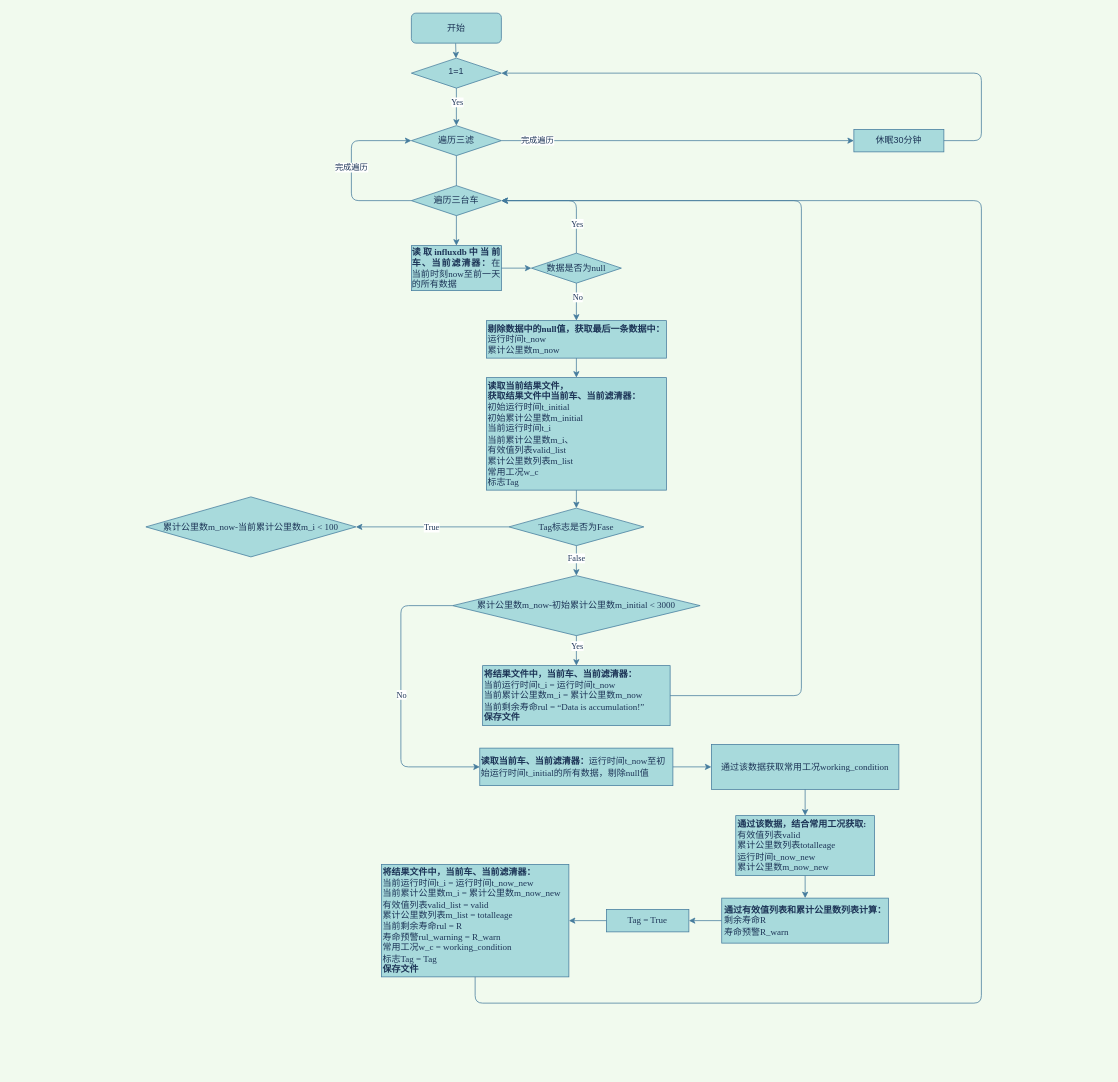
The draw.io diagram draw/算法流程.drawio in wangwuhua11/draw, before the edit. Source tidied: cells renumbered, new cells numbered last; positions are measured from the earlier drawing's top-left corner, leaving out a move shared by most shapes. Both pictures are drawn from the tidied source at 75%, with x=0, y=0 at pixel (146, 13).
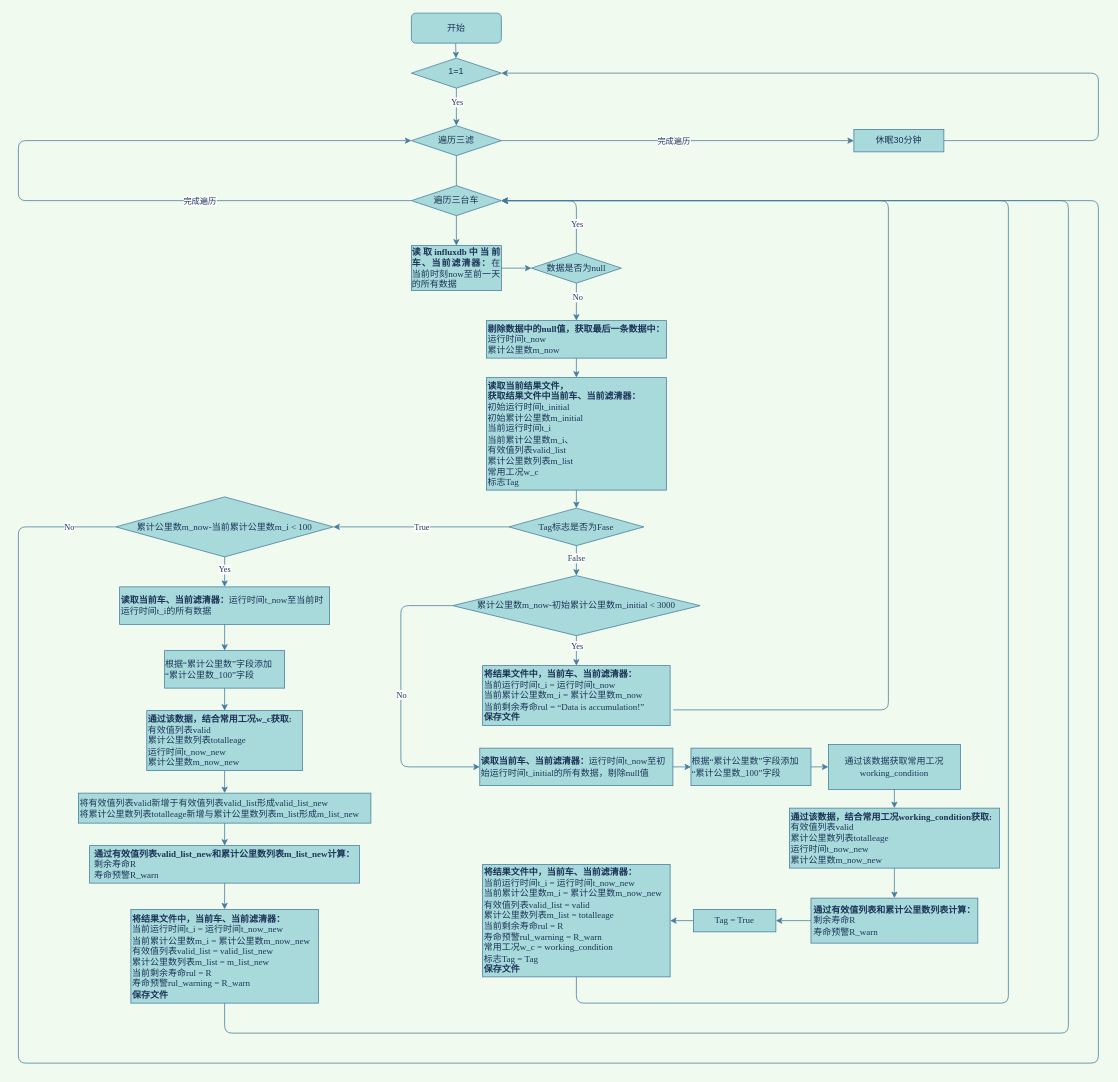
The same diagram, later.

Commit message (it also covers changes not shown here):
更新算法流程.drawio

Unchanged cells that the change refers to:
```xml
<mxCell id="3" value="1=1" style="rhombus;whiteSpace=wrap;html=1;shadow=0;fontFamily=Helvetica;fontSize=12;align=center;strokeWidth=1;spacing=6;spacingTop=-4;fillColor=#A8DADC;strokeColor=#457B9D;fontColor=#1D3557;" parent="1" vertex="1">
  <mxGeometry x="354" y="60" width="120" height="40" as="geometry" />
</mxCell>
<mxCell id="4" value="休眠30分钟" style="rounded=0;whiteSpace=wrap;html=1;sketch=0;fontColor=#1D3557;strokeColor=#457B9D;fillColor=#A8DADC;" parent="1" vertex="1">
  <mxGeometry x="944" y="155" width="120" height="30" as="geometry" />
</mxCell>
<mxCell id="6" value="遍历三滤" style="rhombus;whiteSpace=wrap;html=1;rounded=0;sketch=0;fontColor=#1D3557;strokeColor=#457B9D;fillColor=#A8DADC;" parent="1" vertex="1">
  <mxGeometry x="354" y="150" width="120" height="40" as="geometry" />
</mxCell>
<mxCell id="7" style="endArrow=classic;html=1;rounded=1;sketch=0;fontColor=#1D3557;strokeColor=#457B9D;fillColor=#A8DADC;curved=0;entryX=0;entryY=0.5;entryDx=0;entryDy=0;" parent="1" edge="1" target="4">
  <mxGeometry relative="1" as="geometry">
    <mxPoint x="474" y="170" as="sourcePoint" />
  </mxGeometry>
</mxCell>
<mxCell id="10" value="遍历三台车" style="rhombus;whiteSpace=wrap;html=1;rounded=0;labelBackgroundColor=none;sketch=0;fontColor=#1D3557;strokeColor=#457B9D;fillColor=#A8DADC;" parent="1" vertex="1">
  <mxGeometry x="354" y="230" width="120" height="40" as="geometry" />
</mxCell>
<mxCell id="29" value="&lt;div&gt;&lt;b&gt;将结果文件中，当前车、当前滤清器：&lt;/b&gt;&lt;/div&gt;&lt;div&gt;当前运行时间t_i = 运行时间t_now&lt;/div&gt;&lt;div&gt;当前累计公里数m_i = 累计公里数m_now&lt;/div&gt;&lt;div&gt;当前剩余寿命rul = “Data is accumulation!”&lt;/div&gt;&lt;div&gt;&lt;b&gt;保存文件&lt;/b&gt;&lt;br&gt;&lt;/div&gt;" style="rounded=0;whiteSpace=wrap;html=1;labelBackgroundColor=none;labelBorderColor=none;sketch=0;fontColor=#1D3557;strokeColor=#457B9D;fillColor=#A8DADC;align=left;fontFamily=Times New Roman;" parent="1" vertex="1">
  <mxGeometry x="449" y="870" width="250" height="80" as="geometry" />
</mxCell>
<mxCell id="33" value="&lt;div align=&quot;left&quot;&gt;&lt;b&gt;读取当前车、当前滤清器：&lt;/b&gt;运行时间t_now至初始运行时间t_initial的所有数据，剔除null值&lt;/div&gt;" style="rounded=0;whiteSpace=wrap;html=1;labelBackgroundColor=none;labelBorderColor=none;sketch=0;fontColor=#1D3557;strokeColor=#457B9D;fillColor=#A8DADC;align=left;fontFamily=Times New Roman;" parent="1" vertex="1">
  <mxGeometry x="445.2" y="980" width="257.5" height="50" as="geometry" />
</mxCell>
```

What changed in the source:
```diff
@@
     <mxCell id="5" style="endArrow=classic;html=1;rounded=1;sketch=0;fontColor=#1D3557;strokeColor=#457B9D;fillColor=#A8DADC;curved=0;entryX=1;entryY=0.5;entryDx=0;entryDy=0;exitX=1;exitY=0.5;exitDx=0;exitDy=0;" parent="1" edge="1" source="4" target="3">
       <mxGeometry relative="1" as="geometry">
         <Array as="points">
-          <mxPoint x="1114" y="170" />
-          <mxPoint x="1114" y="80" />
+          <mxPoint x="1270" y="170" />
+          <mxPoint x="1270" y="80" />
         </Array>
       </mxGeometry>
     </mxCell>
@@
     <mxCell id="8" value="完成遍历" style="edgeLabel;html=1;align=center;verticalAlign=middle;fontColor=#1D3557;" parent="7" vertex="1">
-      <mxGeometry x="-0.8" y="1" relative="1" as="geometry" />
+      <mxGeometry x="-0.8" y="1" relative="1" as="geometry">
+        <mxPoint x="182" y="1" as="offset" />
+      </mxGeometry>
     </mxCell>
@@
-    <mxCell id="32" style="endArrow=classic;html=1;rounded=1;labelBackgroundColor=none;sketch=0;fontColor=#1D3557;strokeColor=#457B9D;fillColor=#A8DADC;curved=0;exitX=1;exitY=0.5;exitDx=0;exitDy=0;entryX=1;entryY=0.5;entryDx=0;entryDy=0;" parent="1" edge="1" source="29" target="10">
+    <mxCell id="32" style="endArrow=classic;html=1;rounded=1;labelBackgroundColor=none;sketch=0;fontColor=#1D3557;strokeColor=#457B9D;fillColor=#A8DADC;curved=0;exitX=1;exitY=0.5;exitDx=0;exitDy=0;entryX=1;entryY=0.5;entryDx=0;entryDy=0;" parent="1" edge="1" target="10">
       <mxGeometry relative="1" as="geometry">
+        <mxPoint x="703" y="929" as="sourcePoint" />
         <Array as="points">
-          <mxPoint x="874" y="910" />
-          <mxPoint x="874" y="250" />
+          <mxPoint x="990" y="929" />
+          <mxPoint x="990" y="250" />
         </Array>
       </mxGeometry>
     </mxCell>
@@
     <mxCell id="36" value="通过该数据获取常用工况&lt;font face=&quot;Times New Roman&quot;&gt;working_condition&lt;/font&gt;" style="rounded=0;whiteSpace=wrap;html=1;labelBackgroundColor=none;labelBorderColor=none;sketch=0;fontColor=#1D3557;strokeColor=#457B9D;fillColor=#A8DADC;" parent="1" vertex="1">
-      <mxGeometry x="754" y="975" width="250" height="60" as="geometry" />
+      <mxGeometry x="910" y="975" width="176" height="60" as="geometry" />
     </mxCell>
-    <mxCell id="37" value="&lt;div align=&quot;left&quot;&gt;&lt;b&gt;通过该数据，结合常用工况获取:&lt;/b&gt;&lt;/div&gt;&lt;div align=&quot;left&quot;&gt;有效值列表valid&lt;/div&gt;&lt;div align=&quot;left&quot;&gt;累计公里数列表totalleage&lt;/div&gt;&lt;div align=&quot;left&quot;&gt;运行时间t_now_new&lt;/div&gt;&lt;div align=&quot;left&quot;&gt;累计公里数m_now_new&lt;br&gt;&lt;/div&gt;" style="rounded=0;whiteSpace=wrap;html=1;labelBackgroundColor=none;labelBorderColor=none;sketch=0;fontFamily=Times New Roman;fontColor=#1D3557;strokeColor=#457B9D;fillColor=#A8DADC;align=left;" parent="1" vertex="1">
-      <mxGeometry x="786.5" y="1070" width="185" height="80" as="geometry" />
+    <mxCell id="37" value="&lt;div align=&quot;left&quot;&gt;&lt;b&gt;通过该数据，结合常用工况&lt;/b&gt;&lt;b&gt;&lt;font face=&quot;Times New Roman&quot;&gt;working_condition&lt;/font&gt;获取:&lt;/b&gt;&lt;/div&gt;&lt;div align=&quot;left&quot;&gt;有效值列表valid&lt;/div&gt;&lt;div align=&quot;left&quot;&gt;累计公里数列表totalleage&lt;/div&gt;&lt;div align=&quot;left&quot;&gt;运行时间t_now_new&lt;/div&gt;&lt;div align=&quot;left&quot;&gt;累计公里数m_now_new&lt;br&gt;&lt;/div&gt;" style="rounded=0;whiteSpace=wrap;html=1;labelBackgroundColor=none;labelBorderColor=none;sketch=0;fontFamily=Times New Roman;fontColor=#1D3557;strokeColor=#457B9D;fillColor=#A8DADC;align=left;" parent="1" vertex="1">
+      <mxGeometry x="858" y="1060" width="280" height="80" as="geometry" />
     </mxCell>
     <mxCell id="38" value="&lt;div align=&quot;left&quot;&gt;&lt;b&gt;通过有效值列表和累计公里数列表计算：&lt;/b&gt;&lt;/div&gt;&lt;div align=&quot;left&quot;&gt;剩余寿命R&lt;/div&gt;&lt;div align=&quot;left&quot;&gt;寿命预警R_warn&lt;br&gt;&lt;/div&gt;" style="rounded=0;whiteSpace=wrap;html=1;labelBackgroundColor=none;labelBorderColor=none;sketch=0;fontFamily=Times New Roman;fontColor=#1D3557;strokeColor=#457B9D;fillColor=#A8DADC;" parent="1" vertex="1">
-      <mxGeometry x="767.8" y="1180" width="222.5" height="60" as="geometry" />
+      <mxGeometry x="886.8" y="1180" width="222.5" height="60" as="geometry" />
     </mxCell>
-    <mxCell id="39" style="endArrow=classic;html=1;rounded=1;labelBackgroundColor=none;sketch=0;fontFamily=Times New Roman;fontColor=#1D3557;strokeColor=#457B9D;fillColor=#A8DADC;curved=0;exitX=1;exitY=0.5;exitDx=0;exitDy=0;" parent="1" edge="1" source="33" target="36">
+    <mxCell id="39" style="endArrow=classic;html=1;rounded=1;labelBackgroundColor=none;sketch=0;fontFamily=Times New Roman;fontColor=#1D3557;strokeColor=#457B9D;fillColor=#A8DADC;curved=0;exitX=1;exitY=0.5;exitDx=0;exitDy=0;" parent="1" edge="1" source="54" target="36">
       <mxGeometry relative="1" as="geometry" />
     </mxCell>
@@
     <mxCell id="42" value="Tag = True" style="rounded=0;whiteSpace=wrap;html=1;labelBackgroundColor=none;labelBorderColor=none;sketch=0;fontFamily=Times New Roman;fontColor=#1D3557;strokeColor=#457B9D;fillColor=#A8DADC;" parent="1" vertex="1">
-      <mxGeometry x="614" y="1195" width="110" height="30" as="geometry" />
+      <mxGeometry x="730" y="1195" width="110" height="30" as="geometry" />
     </mxCell>
@@
     <mxCell id="44" value="&lt;div&gt;&lt;b&gt;将结果文件中，当前车、当前滤清器：&lt;/b&gt;&lt;/div&gt;&lt;div&gt;当前运行时间t_i = 运行时间t_now_new&lt;/div&gt;&lt;div&gt;当前累计公里数m_i = 累计公里数m_now_new&lt;/div&gt;&lt;div&gt;有效值列表valid_list = valid&lt;br&gt;&lt;/div&gt;&lt;div&gt;累计公里数列表m_list = totalleage&lt;br&gt;&lt;/div&gt;&lt;div&gt;当前剩余寿命rul = R&lt;/div&gt;&lt;div&gt;寿命预警rul_warning = R_warn&lt;br&gt;&lt;/div&gt;&lt;div&gt;常用工况w_c = working_condition&lt;br&gt;&lt;/div&gt;&lt;div&gt;标志Tag = Tag&lt;/div&gt;&lt;div&gt;&lt;b&gt;保存文件&lt;/b&gt;&lt;br&gt;&lt;/div&gt;" style="rounded=0;whiteSpace=wrap;html=1;labelBackgroundColor=none;labelBorderColor=none;sketch=0;fontColor=#1D3557;strokeColor=#457B9D;fillColor=#A8DADC;align=left;fontFamily=Times New Roman;" parent="1" vertex="1">
-      <mxGeometry x="314" y="1135" width="250" height="150" as="geometry" />
+      <mxGeometry x="449" y="1135" width="250" height="150" as="geometry" />
     </mxCell>
@@
     <mxCell id="46" style="endArrow=classic;html=1;rounded=1;labelBackgroundColor=none;sketch=0;fontFamily=Times New Roman;fontColor=#1D3557;strokeColor=#457B9D;fillColor=#A8DADC;curved=0;exitX=0.5;exitY=1;exitDx=0;exitDy=0;" parent="1" edge="1" source="44">
       <mxGeometry relative="1" as="geometry">
         <mxPoint x="474" y="250" as="targetPoint" />
         <Array as="points">
-          <mxPoint x="439" y="1320" />
-          <mxPoint x="1114" y="1320" />
-          <mxPoint x="1114" y="250" />
+          <mxPoint x="574" y="1320" />
+          <mxPoint x="1150" y="1320" />
+          <mxPoint x="1150" y="250" />
         </Array>
       </mxGeometry>
     </mxCell>
     <mxCell id="47" style="endArrow=classic;html=1;rounded=1;labelBackgroundColor=none;sketch=0;fontFamily=Times New Roman;fontColor=#1D3557;strokeColor=#457B9D;fillColor=#A8DADC;curved=0;exitX=0;exitY=0.5;exitDx=0;exitDy=0;entryX=0;entryY=0.5;entryDx=0;entryDy=0;" parent="1" edge="1" source="10" target="6">
       <mxGeometry relative="1" as="geometry">
         <Array as="points">
-          <mxPoint x="274" y="250" />
-          <mxPoint x="274" y="170" />
+          <mxPoint x="-170" y="250" />
+          <mxPoint x="-170" y="170" />
         </Array>
       </mxGeometry>
     </mxCell>
     <mxCell id="48" value="完成遍历" style="edgeLabel;html=1;align=center;verticalAlign=middle;fontFamily=Times New Roman;fontColor=#1D3557;" parent="47" vertex="1">
       <mxGeometry x="0.1" y="1" relative="1" as="geometry">
-        <mxPoint y="7" as="offset" />
+        <mxPoint x="225" y="81" as="offset" />
       </mxGeometry>
     </mxCell>
     <mxCell id="49" value="累计公里数m_now-当前累计公里数m_i &amp;lt; 100" style="rhombus;whiteSpace=wrap;html=1;rounded=0;labelBackgroundColor=none;labelBorderColor=none;sketch=0;fontFamily=Times New Roman;fontColor=#1D3557;strokeColor=#457B9D;fillColor=#A8DADC;" parent="1" vertex="1">
-      <mxGeometry y="645" width="280" height="80" as="geometry" />
+      <mxGeometry x="-40" y="645" width="290" height="80" as="geometry" />
     </mxCell>
@@
+    <mxCell id="53" value="&lt;div align=&quot;left&quot;&gt;&lt;b&gt;读取当前车、当前滤清器：&lt;/b&gt;运行时间t_now至当前时运行时间t_i的所有数据&lt;/div&gt;" style="rounded=0;whiteSpace=wrap;html=1;labelBackgroundColor=none;labelBorderColor=none;sketch=0;fontFamily=Times New Roman;fontColor=#1D3557;strokeColor=#457B9D;fillColor=#A8DADC;align=left;" parent="1" vertex="1">
+      <mxGeometry x="-35" y="765" width="280" height="50" as="geometry" />
+    </mxCell>
+    <mxCell id="54" value="&lt;div align=&quot;left&quot;&gt;根据“累计公里数”字段添加“累计公里数_100”字段&lt;br&gt;&lt;/div&gt;" style="rounded=0;whiteSpace=wrap;html=1;labelBackgroundColor=none;labelBorderColor=none;sketch=0;fontFamily=Times New Roman;fontColor=#1D3557;strokeColor=#457B9D;fillColor=#A8DADC;" parent="1" vertex="1">
+      <mxGeometry x="726.8" y="980" width="160" height="50" as="geometry" />
+    </mxCell>
+    <mxCell id="55" style="endArrow=classic;html=1;rounded=1;labelBackgroundColor=none;sketch=0;fontFamily=Times New Roman;fontColor=#1D3557;strokeColor=#457B9D;fillColor=#A8DADC;curved=0;exitX=1;exitY=0.5;exitDx=0;exitDy=0;entryX=0;entryY=0.5;entryDx=0;entryDy=0;" parent="1" edge="1" source="33" target="54">
+      <mxGeometry relative="1" as="geometry" />
+    </mxCell>
+    <mxCell id="56" value="&lt;div align=&quot;left&quot;&gt;根据“累计公里数”字段添加“累计公里数_100”字段&lt;br&gt;&lt;/div&gt;" style="rounded=0;whiteSpace=wrap;html=1;labelBackgroundColor=none;labelBorderColor=none;sketch=0;fontFamily=Times New Roman;fontColor=#1D3557;strokeColor=#457B9D;fillColor=#A8DADC;" parent="1" vertex="1">
+      <mxGeometry x="25" y="850" width="160" height="50" as="geometry" />
+    </mxCell>
+    <mxCell id="57" style="endArrow=classic;html=1;rounded=1;labelBackgroundColor=none;sketch=0;fontFamily=Times New Roman;fontColor=#1D3557;strokeColor=#457B9D;fillColor=#A8DADC;curved=0;exitX=0.5;exitY=1;exitDx=0;exitDy=0;" parent="1" edge="1" source="49" target="53">
+      <mxGeometry relative="1" as="geometry" />
+    </mxCell>
+    <mxCell id="58" value="Yes" style="edgeLabel;html=1;align=center;verticalAlign=middle;fontFamily=Times New Roman;fontColor=#1D3557;" parent="57" vertex="1">
+      <mxGeometry x="-0.47" y="-1" relative="1" as="geometry">
+        <mxPoint y="5" as="offset" />
+      </mxGeometry>
+    </mxCell>
+    <mxCell id="59" style="endArrow=classic;html=1;rounded=1;labelBackgroundColor=none;sketch=0;fontFamily=Times New Roman;fontColor=#1D3557;strokeColor=#457B9D;fillColor=#A8DADC;curved=0;exitX=0.5;exitY=1;exitDx=0;exitDy=0;entryX=0.5;entryY=0;entryDx=0;entryDy=0;" parent="1" edge="1" source="53" target="56">
+      <mxGeometry relative="1" as="geometry" />
+    </mxCell>
+    <mxCell id="60" value="&lt;div align=&quot;left&quot;&gt;&lt;b&gt;通过该数据，结合常用工况w_c获取:&lt;/b&gt;&lt;/div&gt;&lt;div align=&quot;left&quot;&gt;有效值列表valid&lt;/div&gt;&lt;div align=&quot;left&quot;&gt;累计公里数列表totalleage&lt;/div&gt;&lt;div align=&quot;left&quot;&gt;运行时间t_now_new&lt;/div&gt;&lt;div align=&quot;left&quot;&gt;累计公里数m_now_new&lt;br&gt;&lt;/div&gt;" style="rounded=0;whiteSpace=wrap;html=1;labelBackgroundColor=none;labelBorderColor=none;sketch=0;fontFamily=Times New Roman;fontColor=#1D3557;strokeColor=#457B9D;fillColor=#A8DADC;align=left;" parent="1" vertex="1">
+      <mxGeometry x="1.2" y="930" width="207.5" height="80" as="geometry" />
+    </mxCell>
+    <mxCell id="61" value="&lt;div&gt;将有效值列表valid新增于有效值列表valid_list形成valid_list_new&lt;/div&gt;&lt;div&gt;将累计公里数列表totalleage新增与累计公里数列表m_list形成m_list_new&lt;br&gt;&lt;/div&gt;" style="rounded=0;whiteSpace=wrap;html=1;labelBackgroundColor=none;labelBorderColor=none;sketch=0;fontFamily=Times New Roman;fontColor=#1D3557;strokeColor=#457B9D;fillColor=#A8DADC;align=left;" parent="1" vertex="1">
+      <mxGeometry x="-90" y="1040" width="390" height="40" as="geometry" />
+    </mxCell>
+    <mxCell id="62" value="&lt;div align=&quot;left&quot;&gt;&lt;b&gt;通过有效值列表valid_list_new和累计公里数列表m_list_new计算：&lt;/b&gt;&lt;/div&gt;&lt;div align=&quot;left&quot;&gt;剩余寿命R&lt;/div&gt;&lt;div align=&quot;left&quot;&gt;寿命预警R_warn&lt;br&gt;&lt;/div&gt;" style="rounded=0;whiteSpace=wrap;html=1;labelBackgroundColor=none;labelBorderColor=none;sketch=0;fontFamily=Times New Roman;fontColor=#1D3557;strokeColor=#457B9D;fillColor=#A8DADC;" parent="1" vertex="1">
+      <mxGeometry x="-75" y="1110" width="360" height="50" as="geometry" />
+    </mxCell>
+    <mxCell id="63" value="&lt;div&gt;&lt;b&gt;将结果文件中，当前车、当前滤清器：&lt;/b&gt;&lt;/div&gt;&lt;div&gt;当前运行时间t_i = 运行时间t_now_new&lt;/div&gt;&lt;div&gt;当前累计公里数m_i = 累计公里数m_now_new&lt;/div&gt;&lt;div&gt;有效值列表valid_list = valid_list_new&lt;br&gt;&lt;/div&gt;&lt;div&gt;累计公里数列表m_list = m_list_new&lt;br&gt;&lt;/div&gt;&lt;div&gt;当前剩余寿命rul = R&lt;/div&gt;&lt;div&gt;寿命预警rul_warning = R_warn&lt;br&gt;&lt;/div&gt;&lt;div&gt;&lt;b&gt;保存文件&lt;/b&gt;&lt;br&gt;&lt;/div&gt;" style="rounded=0;whiteSpace=wrap;html=1;labelBackgroundColor=none;labelBorderColor=none;sketch=0;fontColor=#1D3557;strokeColor=#457B9D;fillColor=#A8DADC;align=left;fontFamily=Times New Roman;" parent="1" vertex="1">
+      <mxGeometry x="-20" y="1195" width="250" height="125" as="geometry" />
+    </mxCell>
+    <mxCell id="64" style="endArrow=classic;html=1;rounded=1;labelBackgroundColor=none;sketch=0;fontFamily=Times New Roman;fontColor=#1D3557;strokeColor=#457B9D;fillColor=#A8DADC;curved=0;exitX=0.5;exitY=1;exitDx=0;exitDy=0;" parent="1" edge="1" source="56" target="60">
+      <mxGeometry relative="1" as="geometry" />
+    </mxCell>
+    <mxCell id="65" style="endArrow=classic;html=1;rounded=1;labelBackgroundColor=none;sketch=0;fontFamily=Times New Roman;fontColor=#1D3557;strokeColor=#457B9D;fillColor=#A8DADC;curved=0;exitX=0.5;exitY=1;exitDx=0;exitDy=0;" parent="1" edge="1" source="60" target="61">
+      <mxGeometry relative="1" as="geometry" />
+    </mxCell>
+    <mxCell id="66" style="endArrow=classic;html=1;rounded=1;labelBackgroundColor=none;sketch=0;fontFamily=Times New Roman;fontColor=#1D3557;strokeColor=#457B9D;fillColor=#A8DADC;curved=0;exitX=0.5;exitY=1;exitDx=0;exitDy=0;" parent="1" edge="1" source="61" target="62">
+      <mxGeometry relative="1" as="geometry" />
+    </mxCell>
+    <mxCell id="67" style="endArrow=classic;html=1;rounded=1;labelBackgroundColor=none;sketch=0;fontFamily=Times New Roman;fontColor=#1D3557;strokeColor=#457B9D;fillColor=#A8DADC;curved=0;exitX=0.5;exitY=1;exitDx=0;exitDy=0;entryX=0.5;entryY=0;entryDx=0;entryDy=0;" parent="1" edge="1" source="62" target="63">
+      <mxGeometry relative="1" as="geometry" />
+    </mxCell>
+    <mxCell id="68" style="endArrow=classic;html=1;rounded=1;labelBackgroundColor=none;sketch=0;fontFamily=Times New Roman;fontColor=#1D3557;strokeColor=#457B9D;fillColor=#A8DADC;curved=0;exitX=0.5;exitY=1;exitDx=0;exitDy=0;entryX=1;entryY=0.5;entryDx=0;entryDy=0;" parent="1" edge="1" source="63" target="10">
+      <mxGeometry relative="1" as="geometry">
+        <Array as="points">
+          <mxPoint x="105" y="1360" />
+          <mxPoint x="1230" y="1360" />
+          <mxPoint x="1230" y="250" />
+        </Array>
+      </mxGeometry>
+    </mxCell>
+    <mxCell id="69" style="endArrow=classic;html=1;rounded=1;labelBackgroundColor=none;sketch=0;fontFamily=Times New Roman;fontColor=#1D3557;strokeColor=#457B9D;fillColor=#A8DADC;curved=0;exitX=0;exitY=0.5;exitDx=0;exitDy=0;entryX=1;entryY=0.5;entryDx=0;entryDy=0;" parent="1" edge="1" source="49" target="10">
+      <mxGeometry relative="1" as="geometry">
+        <Array as="points">
+          <mxPoint x="-170" y="685" />
+          <mxPoint x="-170" y="1400" />
+          <mxPoint x="1270" y="1400" />
+          <mxPoint x="1270" y="250" />
+        </Array>
+      </mxGeometry>
+    </mxCell>
+    <mxCell id="70" value="No" style="edgeLabel;html=1;align=center;verticalAlign=middle;fontFamily=Times New Roman;fontColor=#1D3557;" parent="69" vertex="1">
+      <mxGeometry x="-0.97" y="-1" relative="1" as="geometry" />
+    </mxCell>
```
